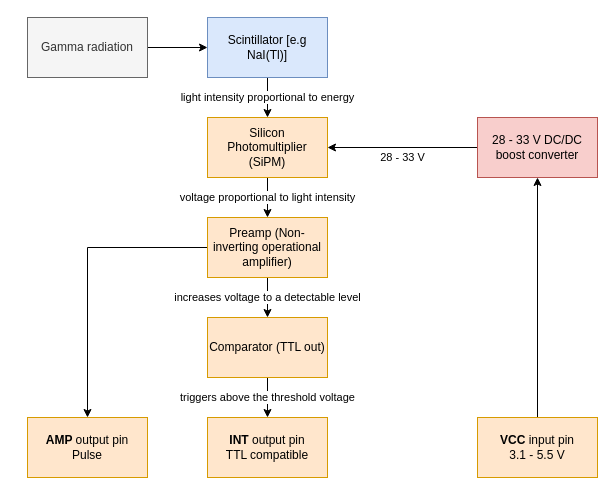
Earlier version of the draw.io diagram docs/flow.drawio (OpenGammaProject/Mini-SiD). Source tidied: cells renumbered, new cells numbered last; positions are measured from the earlier drawing's top-left corner, leaving out a move shared by most shapes. Both pictures are drawn from the tidied source at 100%, with x=0, y=0 at pixel (27, 17).
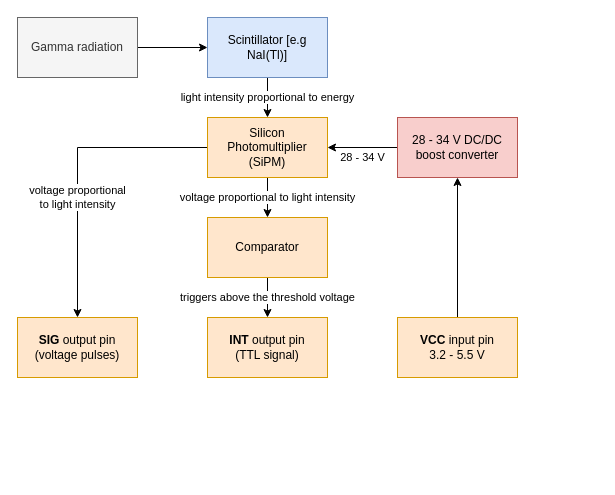
After the change.

Change to the diagram source:
```diff
@@
 <mxGraphModel>
   <root>
     <mxCell id="0" />
     <mxCell id="1" parent="0" />
-    <mxCell id="2" value="voltage proportional to light intensity" style="edgeStyle=orthogonalEdgeStyle;rounded=0;jettySize=auto;html=1;entryX=0.5;entryY=0;entryDx=0;entryDy=0;" parent="1" edge="1" source="3" target="12">
-      <mxGeometry relative="1" as="geometry" />
-    </mxCell>
+    <mxCell id="19" value="voltage proportional to light intensity" style="edgeStyle=orthogonalEdgeStyle;rounded=0;jettySize=auto;html=1;" parent="1" edge="1" source="3" target="14">
+      <mxGeometry relative="1" as="geometry" />
+    </mxCell>
+    <mxCell id="20" value="&lt;div&gt;voltage proportional&lt;/div&gt;&lt;div&gt;to light intensity&lt;/div&gt;" style="edgeStyle=orthogonalEdgeStyle;rounded=0;jettySize=auto;html=1;entryX=0.5;entryY=0;entryDx=0;entryDy=0;" parent="1" edge="1" source="3" target="16">
+      <mxGeometry x="0.2" relative="1" as="geometry" />
+    </mxCell>
     <mxCell id="3" value="Silicon Photomultiplier (SiPM)" style="rounded=0;whiteSpace=wrap;html=1;fillColor=#ffe6cc;strokeColor=#d79b00;" parent="1" vertex="1">
       <mxGeometry x="180" y="100" width="120" height="60" as="geometry" />
     </mxCell>
     <mxCell id="4" value="&lt;div&gt;light intensity proportional to energy&lt;br&gt;&lt;/div&gt;" style="edgeStyle=orthogonalEdgeStyle;rounded=0;jettySize=auto;html=1;" parent="1" edge="1" source="5" target="3">
       <mxGeometry relative="1" as="geometry" />
     </mxCell>
     <mxCell id="5" value="Scintillator [e.g NaI(Tl)]" style="rounded=0;whiteSpace=wrap;html=1;fillColor=#dae8fc;strokeColor=#6c8ebf;" parent="1" vertex="1">
       <mxGeometry x="180" width="120" height="60" as="geometry" />
     </mxCell>
     <mxCell id="6" style="edgeStyle=orthogonalEdgeStyle;rounded=0;jettySize=auto;html=1;" parent="1" edge="1" source="7" target="5">
       <mxGeometry relative="1" as="geometry" />
     </mxCell>
     <mxCell id="7" value="&lt;div&gt;Gamma radiation&lt;/div&gt;" style="rounded=0;whiteSpace=wrap;html=1;fillColor=#f5f5f5;strokeColor=#666666;fontColor=#333333;" parent="1" vertex="1">
-      <mxGeometry width="120" height="60" as="geometry" />
+      <mxGeometry x="-10" width="120" height="60" as="geometry" />
     </mxCell>
-    <mxCell id="8" value="&lt;div&gt;28 - 33 V&lt;/div&gt;" style="edgeStyle=orthogonalEdgeStyle;rounded=0;jettySize=auto;html=1;" parent="1" edge="1" source="9" target="3">
+    <mxCell id="8" value="&lt;div&gt;28 - 34 V&lt;/div&gt;" style="edgeStyle=orthogonalEdgeStyle;rounded=0;jettySize=auto;html=1;" parent="1" edge="1" source="9" target="3">
       <mxGeometry y="10" relative="1" as="geometry" />
     </mxCell>
-    <mxCell id="9" value="&lt;div&gt;28 - 33 V DC/DC boost converter&lt;/div&gt;" style="rounded=0;whiteSpace=wrap;html=1;fillColor=#f8cecc;strokeColor=#b85450;" parent="1" vertex="1">
-      <mxGeometry x="450" y="100" width="120" height="60" as="geometry" />
+    <mxCell id="9" value="&lt;div&gt;28 - 34 V DC/DC boost converter&lt;/div&gt;" style="rounded=0;whiteSpace=wrap;html=1;fillColor=#f8cecc;strokeColor=#b85450;" parent="1" vertex="1">
+      <mxGeometry x="370" y="100" width="120" height="60" as="geometry" />
     </mxCell>
-    <mxCell id="10" value="increases voltage to a detectable level" style="edgeStyle=orthogonalEdgeStyle;rounded=0;jettySize=auto;html=1;" parent="1" edge="1" source="12">
-      <mxGeometry relative="1" as="geometry">
-        <mxPoint x="240" y="300" as="targetPoint" />
-      </mxGeometry>
-    </mxCell>
-    <mxCell id="11" style="edgeStyle=orthogonalEdgeStyle;rounded=0;jettySize=auto;html=1;exitX=0;exitY=0.5;exitDx=0;exitDy=0;entryX=0.5;entryY=0;entryDx=0;entryDy=0;" parent="1" edge="1" source="12" target="16">
-      <mxGeometry relative="1" as="geometry" />
-    </mxCell>
-    <mxCell id="12" value="Preamp (Non-inverting operational amplifier)" style="rounded=0;whiteSpace=wrap;html=1;fillColor=#ffe6cc;strokeColor=#d79b00;" parent="1" vertex="1">
-      <mxGeometry x="180" y="200" width="120" height="60" as="geometry" />
-    </mxCell>
     <mxCell id="13" value="&lt;div&gt;triggers above the threshold voltage&lt;/div&gt;" style="edgeStyle=orthogonalEdgeStyle;rounded=0;jettySize=auto;html=1;" parent="1" edge="1" source="14" target="15">
       <mxGeometry relative="1" as="geometry" />
     </mxCell>
-    <mxCell id="14" value="Comparator (TTL out)" style="rounded=0;whiteSpace=wrap;html=1;fillColor=#ffe6cc;strokeColor=#d79b00;" parent="1" vertex="1">
-      <mxGeometry x="180" y="300" width="120" height="60" as="geometry" />
+    <mxCell id="14" value="Comparator" style="rounded=0;whiteSpace=wrap;html=1;fillColor=#ffe6cc;strokeColor=#d79b00;" parent="1" vertex="1">
+      <mxGeometry x="180" y="200" width="120" height="60" as="geometry" />
     </mxCell>
-    <mxCell id="15" value="&lt;div&gt;&lt;b&gt;INT &lt;/b&gt;output pin&lt;/div&gt;TTL compatible" style="whiteSpace=wrap;html=1;fillColor=#ffe6cc;strokeColor=#d79b00;rounded=0;" parent="1" vertex="1">
-      <mxGeometry x="180" y="400" width="120" height="60" as="geometry" />
+    <mxCell id="15" value="&lt;div&gt;&lt;b&gt;INT &lt;/b&gt;output pin&lt;/div&gt;(TTL signal)" style="whiteSpace=wrap;html=1;fillColor=#ffe6cc;strokeColor=#d79b00;rounded=0;" parent="1" vertex="1">
+      <mxGeometry x="180" y="300" width="120" height="60" as="geometry" />
     </mxCell>
-    <mxCell id="16" value="&lt;div&gt;&lt;b&gt;AMP &lt;/b&gt;output pin&lt;/div&gt;Pulse" style="whiteSpace=wrap;html=1;fillColor=#ffe6cc;strokeColor=#d79b00;rounded=0;" parent="1" vertex="1">
-      <mxGeometry y="400" width="120" height="60" as="geometry" />
+    <mxCell id="16" value="&lt;div&gt;&lt;b&gt;SIG &lt;/b&gt;output pin&lt;/div&gt;(voltage pulses)" style="whiteSpace=wrap;html=1;fillColor=#ffe6cc;strokeColor=#d79b00;rounded=0;" parent="1" vertex="1">
+      <mxGeometry x="-10" y="300" width="120" height="60" as="geometry" />
     </mxCell>
     <mxCell id="17" style="edgeStyle=orthogonalEdgeStyle;rounded=0;jettySize=auto;html=1;exitX=0.5;exitY=0;exitDx=0;exitDy=0;entryX=0.5;entryY=1;entryDx=0;entryDy=0;" parent="1" edge="1" source="18" target="9">
       <mxGeometry relative="1" as="geometry" />
     </mxCell>
-    <mxCell id="18" value="&lt;div&gt;&lt;b&gt;VCC &lt;/b&gt;input pin&lt;/div&gt;&lt;div&gt;3.1 - 5.5 V&lt;br&gt;&lt;/div&gt;" style="whiteSpace=wrap;html=1;fillColor=#ffe6cc;strokeColor=#d79b00;rounded=0;" parent="1" vertex="1">
-      <mxGeometry x="450" y="400" width="120" height="60" as="geometry" />
+    <mxCell id="18" value="&lt;div&gt;&lt;b&gt;VCC &lt;/b&gt;input pin&lt;/div&gt;&lt;div&gt;3.2 - 5.5 V&lt;br&gt;&lt;/div&gt;" style="whiteSpace=wrap;html=1;fillColor=#ffe6cc;strokeColor=#d79b00;rounded=0;" parent="1" vertex="1">
+      <mxGeometry x="370" y="300" width="120" height="60" as="geometry" />
     </mxCell>
   </root>
 </mxGraphModel>
```
